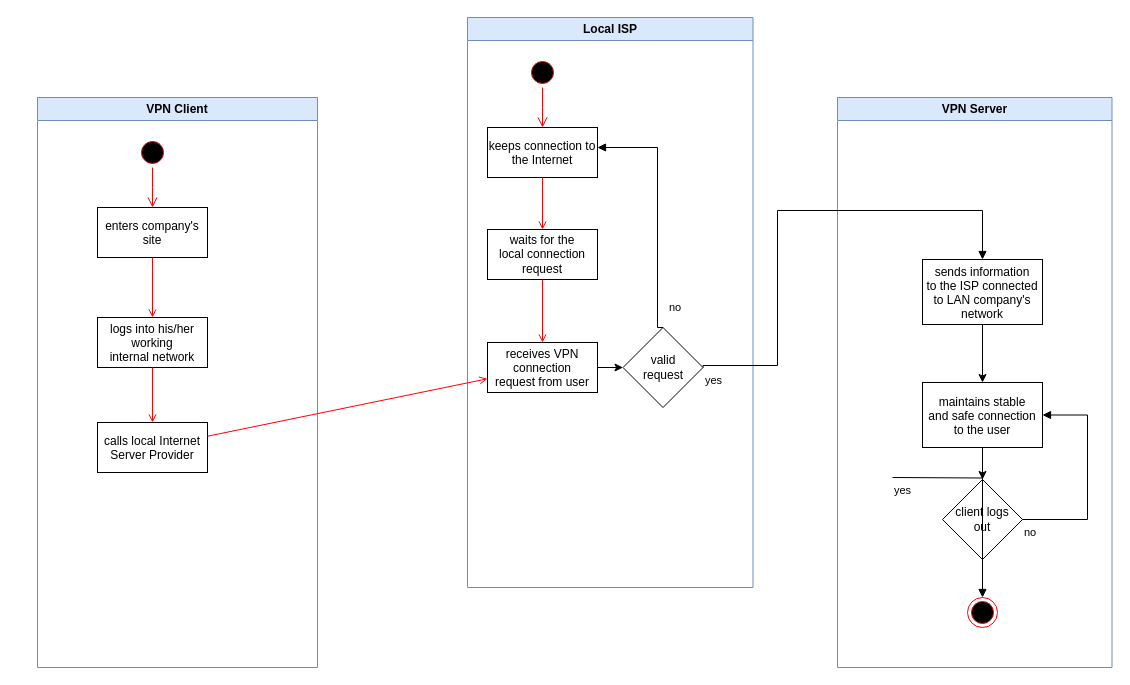
Before: Диаграмма без названия.drawio in Gycer10/Lab1, a draw.io diagram. Source tidied: cells renumbered, new cells numbered last; positions are measured from the earlier drawing's top-left corner, leaving out a move shared by most shapes. Both pictures are drawn from the tidied source at 100%, with x=0, y=0 at pixel (37, 17).
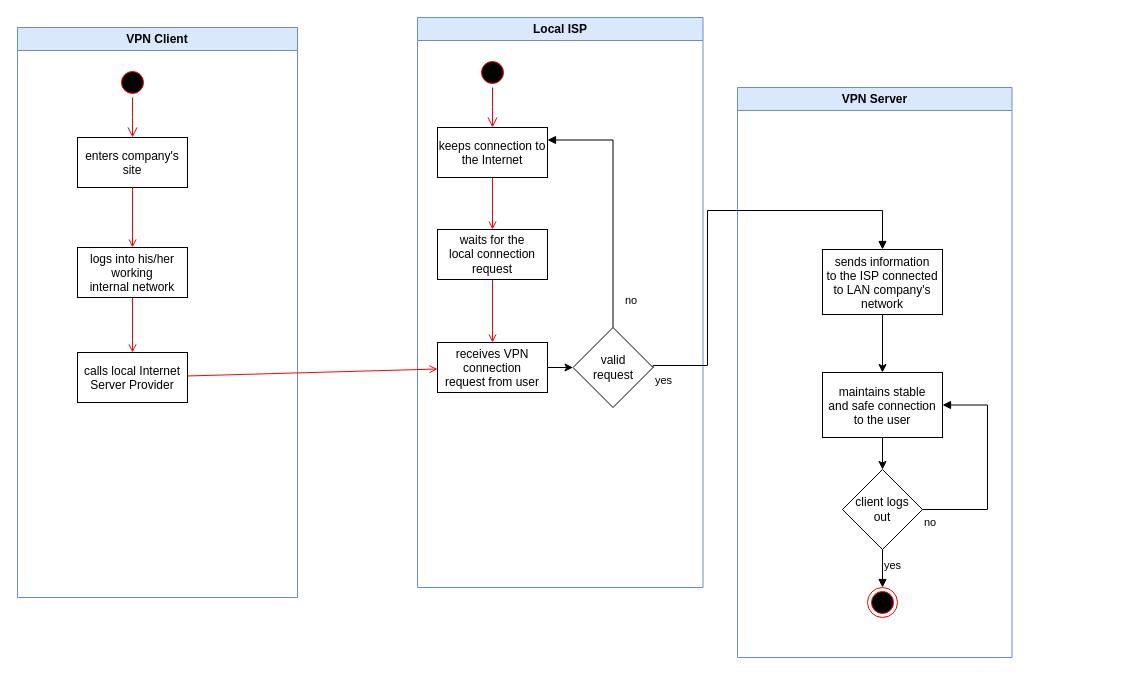
Above is the later version.

Unchanged cells that the change refers to:
```xml
<mxCell id="13" value="keeps connection to&#10;the Internet" parent="10" vertex="1">
  <mxGeometry x="20" y="110" width="110" height="50" as="geometry" />
</mxCell>
<mxCell id="19" value="valid&lt;br&gt;request" style="rhombus;whiteSpace=wrap;html=1;" parent="10" vertex="1">
  <mxGeometry x="155.5" y="310" width="80" height="80" as="geometry" />
</mxCell>
<mxCell id="22" value="sends information&#10;to the ISP connected&#10;to LAN company's&#10;network" parent="20" vertex="1">
  <mxGeometry x="85" y="162" width="120" height="65" as="geometry" />
</mxCell>
<mxCell id="23" style="ellipse;shape=endState;fillColor=#000000;strokeColor=#ff0000;" parent="20" vertex="1">
  <mxGeometry x="130" y="500" width="30" height="30" as="geometry" />
</mxCell>
<mxCell id="26" value="client logs&lt;br&gt;out" style="rhombus;whiteSpace=wrap;html=1;" parent="20" vertex="1">
  <mxGeometry x="105" y="382" width="80" height="80" as="geometry" />
</mxCell>
```

Change to the diagram source:
```diff
@@
     <mxCell id="2" value="VPN Client" style="swimlane;whiteSpace=wrap;fillColor=#dae8fc;strokeColor=#6c8ebf;swimlaneFillColor=default;" parent="1" vertex="1">
-      <mxGeometry y="80" width="280" height="570" as="geometry" />
+      <mxGeometry x="-20" y="10" width="280" height="570" as="geometry" />
     </mxCell>
@@
     <mxCell id="10" value="Local ISP" style="swimlane;whiteSpace=wrap;fillColor=#dae8fc;strokeColor=#6c8ebf;swimlaneFillColor=default;" parent="1" vertex="1">
-      <mxGeometry x="430" width="285.5" height="570" as="geometry" />
+      <mxGeometry x="380" width="285.5" height="570" as="geometry" />
     </mxCell>
@@
+    <mxCell id="29" value="no" style="endArrow=block;endFill=1;html=1;edgeStyle=orthogonalEdgeStyle;align=left;verticalAlign=top;rounded=0;exitX=0.5;exitY=0;exitDx=0;exitDy=0;entryX=1;entryY=0.25;entryDx=0;entryDy=0;" parent="10" edge="1" source="19" target="13">
+      <mxGeometry x="-0.68" y="-10" relative="1" as="geometry">
+        <Array as="points">
+          <mxPoint x="196" y="123" />
+        </Array>
+      </mxGeometry>
+    </mxCell>
     <mxCell id="20" value="VPN Server" style="swimlane;whiteSpace=wrap;fillColor=#dae8fc;strokeColor=#6c8ebf;swimlaneFillColor=default;" parent="1" vertex="1">
-      <mxGeometry x="800" y="80" width="274.5" height="570" as="geometry" />
+      <mxGeometry x="700" y="70" width="274.5" height="570" as="geometry" />
     </mxCell>
@@
+    <mxCell id="31" value="yes" style="endArrow=block;endFill=1;html=1;edgeStyle=orthogonalEdgeStyle;align=left;verticalAlign=top;rounded=0;entryX=0.5;entryY=0;entryDx=0;entryDy=0;exitX=0.5;exitY=1;exitDx=0;exitDy=0;" parent="20" edge="1" source="26" target="23">
+      <mxGeometry x="0.72" y="-30" relative="1" as="geometry">
+        <mxPoint x="30" y="-30" as="offset" />
+      </mxGeometry>
+    </mxCell>
@@
-    <mxCell id="29" value="no" style="endArrow=block;endFill=1;html=1;edgeStyle=orthogonalEdgeStyle;align=left;verticalAlign=top;rounded=0;exitX=0.5;exitY=0;exitDx=0;exitDy=0;" parent="1" edge="1" source="19">
-      <mxGeometry x="-0.68" y="-10" relative="1" as="geometry">
-        <mxPoint x="560" y="130" as="targetPoint" />
-        <Array as="points">
-          <mxPoint x="620" y="130" />
-        </Array>
-      </mxGeometry>
-    </mxCell>
     <mxCell id="30" value="yes" style="endArrow=block;endFill=1;html=1;edgeStyle=orthogonalEdgeStyle;align=left;verticalAlign=top;rounded=0;exitX=1;exitY=0.5;exitDx=0;exitDy=0;" parent="1" edge="1" source="19" target="22">
       <mxGeometry x="-1" relative="1" as="geometry">
         <Array as="points">
-          <mxPoint x="740" y="348" />
-          <mxPoint x="740" y="193" />
+          <mxPoint x="616" y="348" />
+          <mxPoint x="670" y="348" />
+          <mxPoint x="670" y="193" />
+          <mxPoint x="845" y="193" />
         </Array>
       </mxGeometry>
     </mxCell>
-    <mxCell id="31" value="yes" style="endArrow=block;endFill=1;html=1;edgeStyle=orthogonalEdgeStyle;align=left;verticalAlign=top;rounded=0;entryX=0.5;entryY=0;entryDx=0;entryDy=0;" parent="1" edge="1" target="23">
-      <mxGeometry x="-1" relative="1" as="geometry">
-        <mxPoint x="855" y="460" as="sourcePoint" />
-      </mxGeometry>
-    </mxCell>
```
